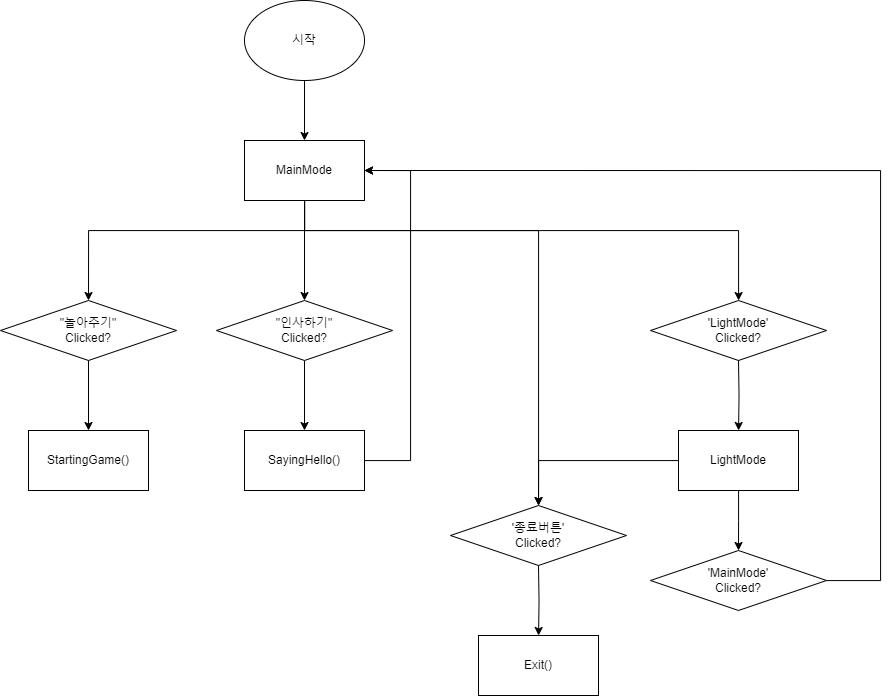
Before: Program.drawio.png, a diagram exported from draw.io (kinesis19/MyRobotOnline). Source tidied: cells renumbered, new cells last; positions are measured from the earlier drawing's top-left corner, leaving out a move shared by most shapes.
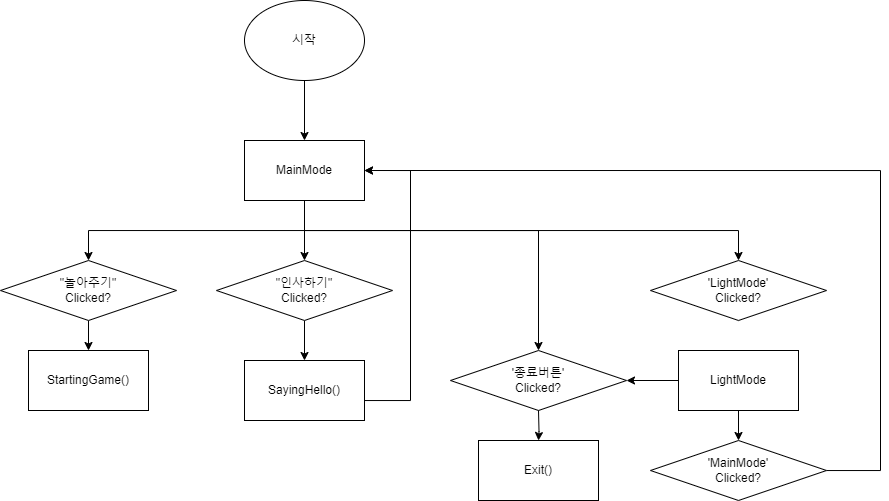
After the commit.

Diff of the diagram source:
```diff
@@ -42,68 +42,66 @@
       <mxGeometry relative="1" as="geometry" />
     </mxCell>
     <mxCell id="10" value="&quot;인사하기&quot;&lt;br&gt;&lt;div&gt;Clicked?&lt;/div&gt;" style="rhombus;whiteSpace=wrap;html=1;" parent="1" vertex="1">
-      <mxGeometry x="216" y="300" width="176" height="60" as="geometry" />
+      <mxGeometry x="216" y="260" width="176" height="60" as="geometry" />
     </mxCell>
     <mxCell id="11" style="edgeStyle=orthogonalEdgeStyle;rounded=0;jettySize=auto;html=1;entryX=1;entryY=0.5;entryDx=0;entryDy=0;" parent="1" edge="1" source="12" target="8">
       <mxGeometry relative="1" as="geometry">
         <Array as="points">
-          <mxPoint x="410" y="460" />
+          <mxPoint x="410" y="400" />
           <mxPoint x="410" y="170" />
         </Array>
       </mxGeometry>
     </mxCell>
     <mxCell id="12" value="SayingHello()" style="rounded=0;whiteSpace=wrap;html=1;" parent="1" vertex="1">
-      <mxGeometry x="244" y="430" width="120" height="60" as="geometry" />
+      <mxGeometry x="244" y="360" width="120" height="60" as="geometry" />
     </mxCell>
     <mxCell id="13" style="edgeStyle=orthogonalEdgeStyle;rounded=0;jettySize=auto;html=1;" parent="1" edge="1" source="14" target="15">
       <mxGeometry relative="1" as="geometry" />
     </mxCell>
     <mxCell id="14" value="&quot;놀아주기&quot;&lt;br&gt;&lt;div&gt;Clicked?&lt;/div&gt;" style="rhombus;whiteSpace=wrap;html=1;" parent="1" vertex="1">
-      <mxGeometry y="300" width="176" height="60" as="geometry" />
+      <mxGeometry y="260" width="176" height="60" as="geometry" />
     </mxCell>
     <mxCell id="15" value="StartingGame()" style="whiteSpace=wrap;html=1;" parent="1" vertex="1">
-      <mxGeometry x="28" y="430" width="120" height="60" as="geometry" />
+      <mxGeometry x="28" y="350" width="120" height="60" as="geometry" />
     </mxCell>
     <mxCell id="16" value="'종료버튼'&lt;div&gt;Clicked?&lt;/div&gt;" style="rhombus;whiteSpace=wrap;html=1;" parent="1" vertex="1">
-      <mxGeometry x="450" y="505" width="176" height="60" as="geometry" />
+      <mxGeometry x="450" y="350" width="176" height="60" as="geometry" />
     </mxCell>
     <mxCell id="17" value="Exit()" style="rounded=0;whiteSpace=wrap;html=1;" parent="1" vertex="1">
-      <mxGeometry x="478" y="635" width="120" height="60" as="geometry" />
+      <mxGeometry x="478" y="440" width="120" height="60" as="geometry" />
     </mxCell>
     <mxCell id="18" style="edgeStyle=orthogonalEdgeStyle;rounded=0;jettySize=auto;html=1;" parent="1" edge="1" target="17">
       <mxGeometry relative="1" as="geometry">
-        <mxPoint x="538" y="565" as="sourcePoint" />
+        <mxPoint x="538" y="410" as="sourcePoint" />
       </mxGeometry>
     </mxCell>
     <mxCell id="19" value="'LightMode'&lt;div&gt;Clicked?&lt;/div&gt;" style="rhombus;whiteSpace=wrap;html=1;" parent="1" vertex="1">
-      <mxGeometry x="650" y="300" width="176" height="60" as="geometry" />
+      <mxGeometry x="650" y="260" width="176" height="60" as="geometry" />
     </mxCell>
     <mxCell id="20" style="edgeStyle=orthogonalEdgeStyle;rounded=0;jettySize=auto;html=1;" parent="1" edge="1" target="23">
       <mxGeometry relative="1" as="geometry">
         <mxPoint x="738" y="360" as="sourcePoint" />
       </mxGeometry>
     </mxCell>
-    <mxCell id="21" style="edgeStyle=orthogonalEdgeStyle;rounded=0;jettySize=auto;html=1;entryX=0.5;entryY=0;entryDx=0;entryDy=0;" parent="1" edge="1" source="23">
-      <mxGeometry relative="1" as="geometry">
-        <mxPoint x="738" y="550" as="targetPoint" />
-      </mxGeometry>
-    </mxCell>
+    <mxCell id="26" style="edgeStyle=orthogonalEdgeStyle;rounded=0;jettySize=auto;html=1;" parent="1" edge="1" source="23" target="25">
+      <mxGeometry relative="1" as="geometry" />
+    </mxCell>
-    <mxCell id="22" style="edgeStyle=orthogonalEdgeStyle;rounded=0;jettySize=auto;html=1;entryX=0.5;entryY=0;entryDx=0;entryDy=0;" parent="1" edge="1" source="23" target="16">
+    <mxCell id="22" style="edgeStyle=orthogonalEdgeStyle;rounded=0;jettySize=auto;html=1;" parent="1" edge="1" source="23" target="16">
       <mxGeometry relative="1" as="geometry" />
     </mxCell>
     <mxCell id="23" value="LightMode" style="rounded=0;whiteSpace=wrap;html=1;" parent="1" vertex="1">
-      <mxGeometry x="678" y="430" width="120" height="60" as="geometry" />
+      <mxGeometry x="678" y="350" width="120" height="60" as="geometry" />
     </mxCell>
     <mxCell id="24" style="edgeStyle=orthogonalEdgeStyle;rounded=0;jettySize=auto;html=1;entryX=1;entryY=0.5;entryDx=0;entryDy=0;" parent="1" edge="1" source="25" target="8">
       <mxGeometry relative="1" as="geometry">
         <Array as="points">
-          <mxPoint x="880" y="580" />
+          <mxPoint x="880" y="470" />
           <mxPoint x="880" y="170" />
         </Array>
       </mxGeometry>
     </mxCell>
     <mxCell id="25" value="'MainMode'&lt;div&gt;Clicked?&lt;/div&gt;" style="rhombus;whiteSpace=wrap;html=1;" parent="1" vertex="1">
-      <mxGeometry x="650" y="550" width="176" height="60" as="geometry" />
+      <mxGeometry x="650" y="440" width="176" height="60" as="geometry" />
     </mxCell>
   </root>
 </mxGraphModel>
```
